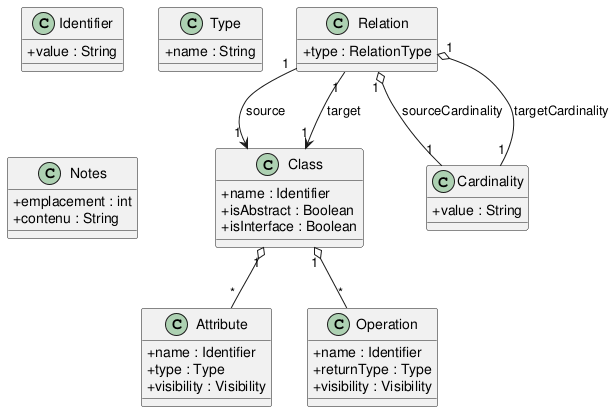
Above: doc/class_diag_uml2java.png in RasdaCorentin/PlantUML2Code (PlantUML), before the change. Its diagram source:
```plantuml
@startuml
skinparam classAttributeIconSize 0

class Class {
  +name : Identifier
  +isAbstract : Boolean
  +isInterface : Boolean
}

Class "1" o-- "*" Attribute
Class "1" o-- "*" Operation


class Attribute {
  +name : Identifier
  +type : Type
  +visibility : Visibility
}


class Operation {
  +name : Identifier
  +returnType : Type
  +visibility : Visibility
}

class Relation {
  +type : RelationType
}

Relation "1" --> "1" Class : source
Relation "1" --> "1" Class : target
Relation "1" o-- "1" Cardinality : sourceCardinality
Relation "1" o-- "1" Cardinality : targetCardinality


class Cardinality {
  +value : String
}

class Identifier {
  +value : String
}

class Type {
  +name : String
}

class Notes{
 +emplacement : int
 +contenu : String
}

@enduml
```
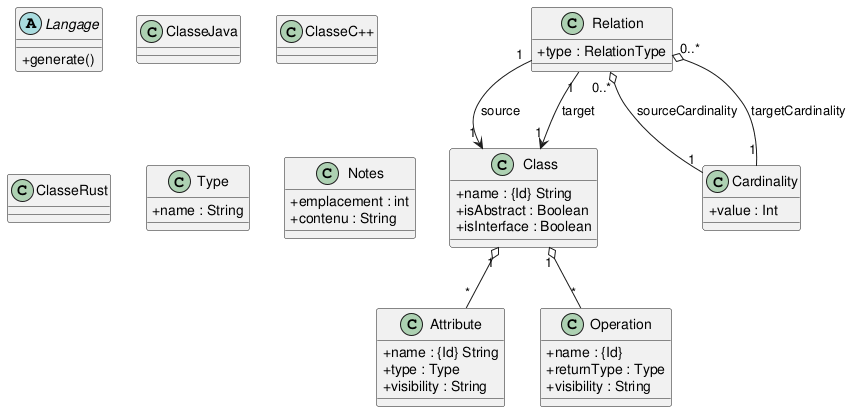
Later version of the same file.

Commit message:
Ajout diag de class

Change to the diagram source:
```diff
@@ -2,7 +2,7 @@
 skinparam classAttributeIconSize 0
 
 class Class {
-  +name : Identifier
+  +name : {Id} String
   +isAbstract : Boolean
   +isInterface : Boolean
 }
@@ -12,16 +12,16 @@
 
 
 class Attribute {
-  +name : Identifier
+  +name : {Id} String
   +type : Type
-  +visibility : Visibility
+  +visibility : String
 }
 
 
 class Operation {
-  +name : Identifier
+  +name : {Id}
   +returnType : Type
-  +visibility : Visibility
+  +visibility : String
 }
 
 class Relation {
@@ -30,17 +30,20 @@
 
 Relation "1" --> "1" Class : source
 Relation "1" --> "1" Class : target
-Relation "1" o-- "1" Cardinality : sourceCardinality
-Relation "1" o-- "1" Cardinality : targetCardinality
+Relation "0..*" o-- "1" Cardinality : sourceCardinality
+Relation "0..*" o-- "1" Cardinality : targetCardinality
 
+abstract class Langage {
+  + generate()
+}
 
 class Cardinality {
-  +value : String
+  +value : Int
 }
 
-class Identifier {
-  +value : String
-}
+class ClasseJava{}
+class ClasseC++{}
+class ClasseRust{}
 
 class Type {
   +name : String
```
